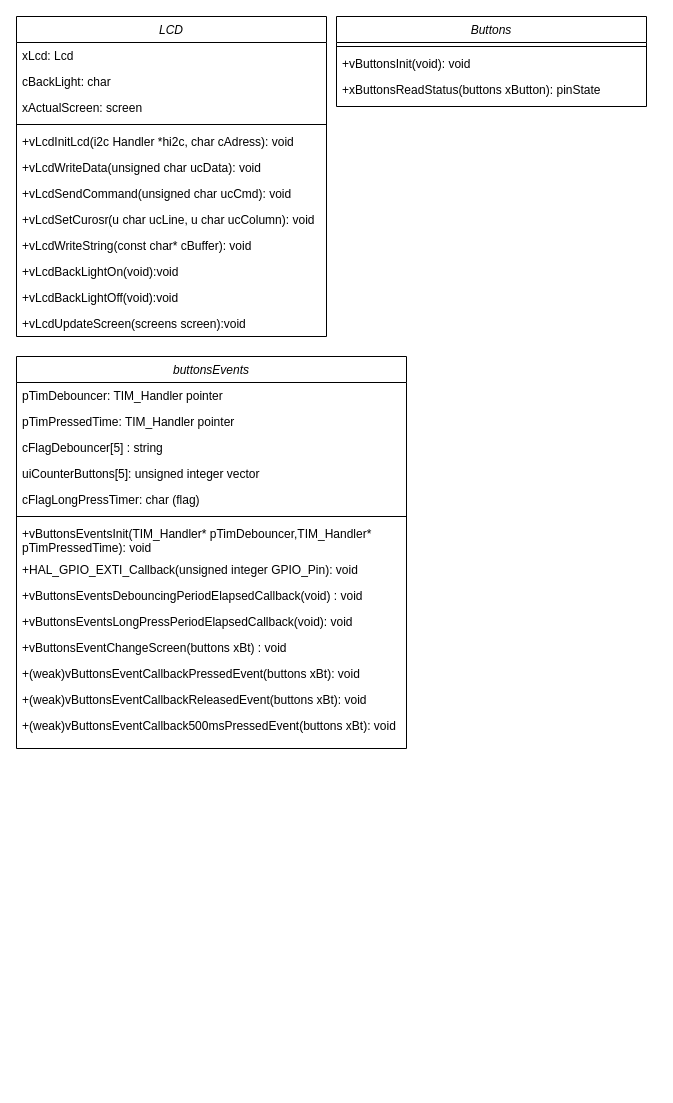
Above: ClassDiagram.drawio in gabrielhaj/ES670-2023-A7 (draw.io), before the change. Source tidied: cells renumbered, new cells numbered last; positions are measured from the earlier drawing's top-left corner, leaving out a move shared by most shapes. Both pictures are drawn from the tidied source at 100%, with x=0, y=0 at pixel (16, 16).
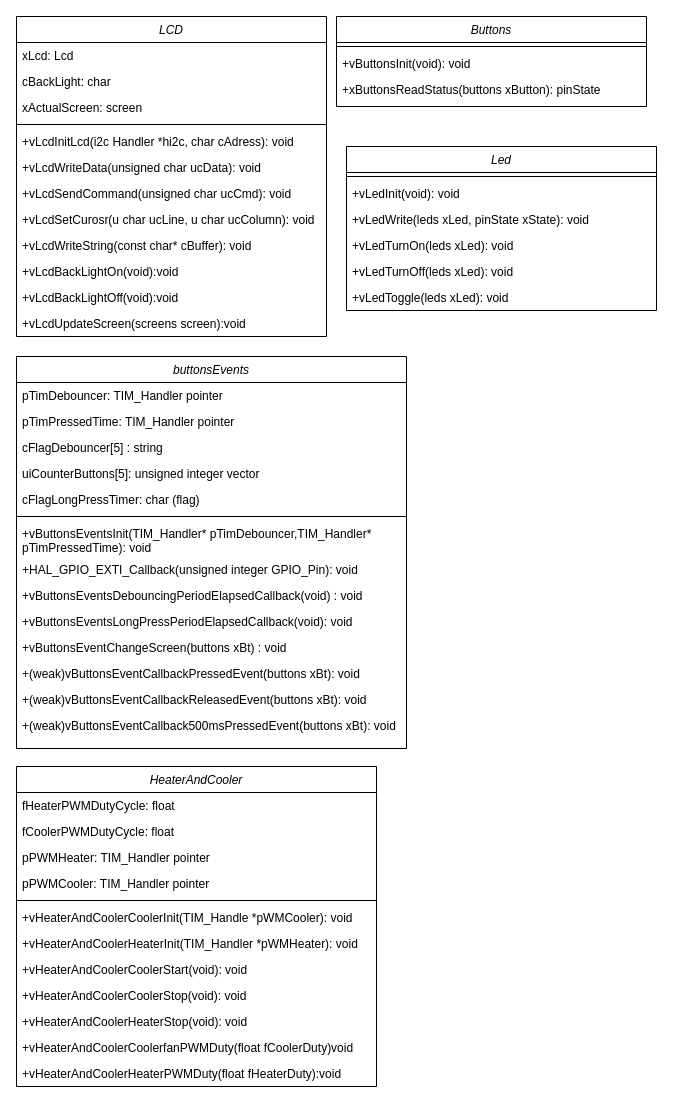
The same page after the edit.

Change to the diagram source:
```diff
@@
+    <mxCell id="34" value="HeaterAndCooler" style="swimlane;fontStyle=2;align=center;verticalAlign=top;horizontal=1;startSize=26;rounded=0;shadow=0;strokeWidth=1;" parent="1" vertex="1">
+      <mxGeometry y="750" width="360" height="320" as="geometry" />
+    </mxCell>
+    <mxCell id="35" value="fHeaterPWMDutyCycle: float" style="text;align=left;verticalAlign=top;spacingLeft=4;spacingRight=4;overflow=hidden;rounded=0;shadow=0;html=0;" parent="34" vertex="1">
+      <mxGeometry y="26" width="360" height="26" as="geometry" />
+    </mxCell>
+    <mxCell id="36" value="fCoolerPWMDutyCycle: float" style="text;align=left;verticalAlign=top;spacingLeft=4;spacingRight=4;overflow=hidden;rounded=0;shadow=0;html=0;" parent="34" vertex="1">
+      <mxGeometry y="52" width="360" height="26" as="geometry" />
+    </mxCell>
+    <mxCell id="37" value="pPWMHeater: TIM_Handler pointer" style="text;align=left;verticalAlign=top;spacingLeft=4;spacingRight=4;overflow=hidden;rounded=0;shadow=0;html=0;" parent="34" vertex="1">
+      <mxGeometry y="78" width="360" height="26" as="geometry" />
+    </mxCell>
+    <mxCell id="38" value="pPWMCooler: TIM_Handler pointer" style="text;align=left;verticalAlign=top;spacingLeft=4;spacingRight=4;overflow=hidden;rounded=0;shadow=0;html=0;" parent="34" vertex="1">
+      <mxGeometry y="104" width="360" height="26" as="geometry" />
+    </mxCell>
+    <mxCell id="39" style="line;html=1;strokeWidth=1;align=left;verticalAlign=middle;spacingTop=-1;spacingLeft=3;spacingRight=3;labelPosition=right;" parent="34" vertex="1">
+      <mxGeometry y="130" width="360" height="8" as="geometry" />
+    </mxCell>
+    <mxCell id="40" value="+vHeaterAndCoolerCoolerInit(TIM_Handle *pWMCooler): void" style="text;align=left;verticalAlign=top;spacingLeft=4;spacingRight=4;overflow=hidden;" parent="34" vertex="1">
+      <mxGeometry y="138" width="360" height="26" as="geometry" />
+    </mxCell>
+    <mxCell id="41" value="+vHeaterAndCoolerHeaterInit(TIM_Handler *pWMHeater): void&#10;" style="text;align=left;verticalAlign=top;spacingLeft=4;spacingRight=4;overflow=hidden;" parent="34" vertex="1">
+      <mxGeometry y="164" width="360" height="26" as="geometry" />
+    </mxCell>
+    <mxCell id="42" value="+vHeaterAndCoolerCoolerStart(void): void" style="text;align=left;verticalAlign=top;spacingLeft=4;spacingRight=4;overflow=hidden;" parent="34" vertex="1">
+      <mxGeometry y="190" width="360" height="26" as="geometry" />
+    </mxCell>
+    <mxCell id="43" value="+vHeaterAndCoolerCoolerStop(void): void" style="text;align=left;verticalAlign=top;spacingLeft=4;spacingRight=4;overflow=hidden;" parent="34" vertex="1">
+      <mxGeometry y="216" width="360" height="26" as="geometry" />
+    </mxCell>
+    <mxCell id="44" value="+vHeaterAndCoolerHeaterStop(void): void" style="text;align=left;verticalAlign=top;spacingLeft=4;spacingRight=4;overflow=hidden;" parent="34" vertex="1">
+      <mxGeometry y="242" width="360" height="26" as="geometry" />
+    </mxCell>
+    <mxCell id="45" value="+vHeaterAndCoolerCoolerfanPWMDuty(float fCoolerDuty)void" style="text;align=left;verticalAlign=top;spacingLeft=4;spacingRight=4;overflow=hidden;" parent="34" vertex="1">
+      <mxGeometry y="268" width="360" height="26" as="geometry" />
+    </mxCell>
+    <mxCell id="46" value="+vHeaterAndCoolerHeaterPWMDuty(float fHeaterDuty):void" style="text;align=left;verticalAlign=top;spacingLeft=4;spacingRight=4;overflow=hidden;" parent="34" vertex="1">
+      <mxGeometry y="294" width="360" height="26" as="geometry" />
+    </mxCell>
+    <mxCell id="47" value="Led" style="swimlane;fontStyle=2;align=center;verticalAlign=top;horizontal=1;startSize=26;rounded=0;shadow=0;strokeWidth=1;" parent="1" vertex="1">
+      <mxGeometry x="330" y="130" width="310" height="164" as="geometry" />
+    </mxCell>
+    <mxCell id="48" style="line;html=1;strokeWidth=1;align=left;verticalAlign=middle;spacingTop=-1;spacingLeft=3;spacingRight=3;labelPosition=right;" parent="47" vertex="1">
+      <mxGeometry y="26" width="310" height="8" as="geometry" />
+    </mxCell>
+    <mxCell id="49" value="+vLedInit(void): void" style="text;align=left;verticalAlign=top;spacingLeft=4;spacingRight=4;overflow=hidden;" parent="47" vertex="1">
+      <mxGeometry y="34" width="310" height="26" as="geometry" />
+    </mxCell>
+    <mxCell id="50" value="+vLedWrite(leds xLed, pinState xState): void" style="text;align=left;verticalAlign=top;spacingLeft=4;spacingRight=4;overflow=hidden;" parent="47" vertex="1">
+      <mxGeometry y="60" width="310" height="26" as="geometry" />
+    </mxCell>
+    <mxCell id="51" value="+vLedTurnOn(leds xLed): void" style="text;align=left;verticalAlign=top;spacingLeft=4;spacingRight=4;overflow=hidden;" parent="47" vertex="1">
+      <mxGeometry y="86" width="310" height="26" as="geometry" />
+    </mxCell>
+    <mxCell id="52" value="+vLedTurnOff(leds xLed): void" style="text;align=left;verticalAlign=top;spacingLeft=4;spacingRight=4;overflow=hidden;" parent="47" vertex="1">
+      <mxGeometry y="112" width="310" height="26" as="geometry" />
+    </mxCell>
+    <mxCell id="53" value="+vLedToggle(leds xLed): void" style="text;align=left;verticalAlign=top;spacingLeft=4;spacingRight=4;overflow=hidden;" parent="47" vertex="1">
+      <mxGeometry y="138" width="310" height="26" as="geometry" />
+    </mxCell>
```
